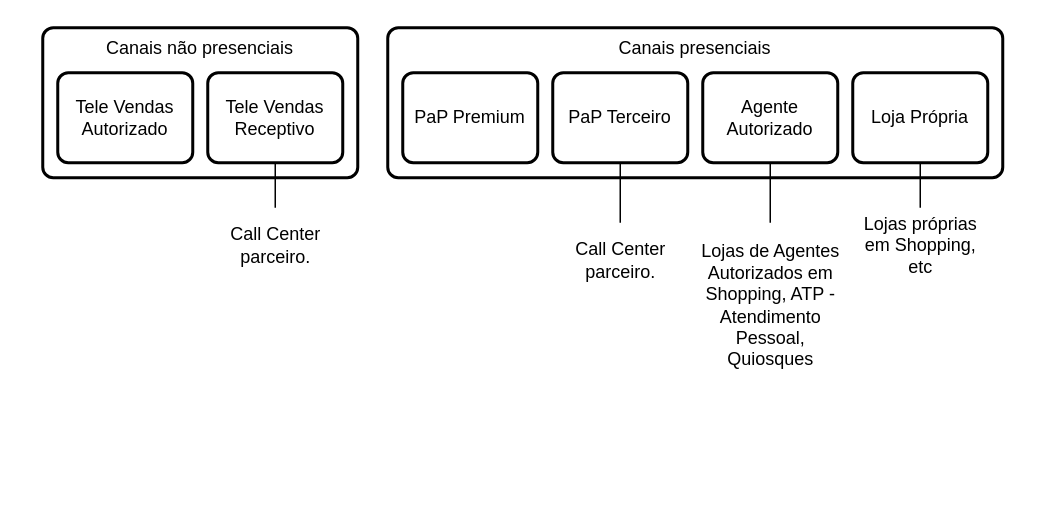
Before: NETSales x NETSMS.drawio in samirali/ClaroBrasil, a draw.io diagram. Source tidied: cells renumbered, new cells numbered last; positions are measured from the earlier drawing's top-left corner, leaving out a move shared by most shapes. Both pictures are drawn from the tidied source at 150%, with x=0, y=0 at pixel (42, 27).
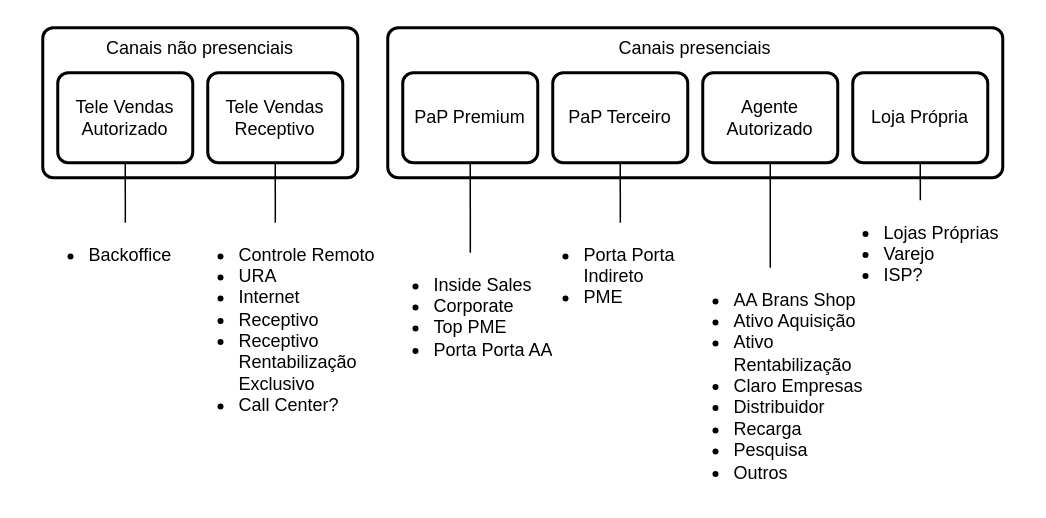
Above is the later version.

Unchanged cells that the change refers to:
```xml
<mxCell id="3" value="Tele Vendas Autorizado" style="rounded=1;whiteSpace=wrap;html=1;absoluteArcSize=1;arcSize=14;strokeWidth=2;" parent="1" vertex="1">
  <mxGeometry x="10" y="30" width="90" height="60" as="geometry" />
</mxCell>
<mxCell id="4" value="Tele Vendas Receptivo" style="rounded=1;whiteSpace=wrap;html=1;absoluteArcSize=1;arcSize=14;strokeWidth=2;" parent="1" vertex="1">
  <mxGeometry x="110" y="30" width="90" height="60" as="geometry" />
</mxCell>
<mxCell id="6" value="PaP Premium" style="rounded=1;whiteSpace=wrap;html=1;absoluteArcSize=1;arcSize=14;strokeWidth=2;" parent="1" vertex="1">
  <mxGeometry x="240" y="30" width="90" height="60" as="geometry" />
</mxCell>
<mxCell id="7" value="PaP Terceiro" style="rounded=1;whiteSpace=wrap;html=1;absoluteArcSize=1;arcSize=14;strokeWidth=2;" parent="1" vertex="1">
  <mxGeometry x="340" y="30" width="90" height="60" as="geometry" />
</mxCell>
<mxCell id="8" value="Agente Autorizado" style="rounded=1;whiteSpace=wrap;html=1;absoluteArcSize=1;arcSize=14;strokeWidth=2;" parent="1" vertex="1">
  <mxGeometry x="440" y="30" width="90" height="60" as="geometry" />
</mxCell>
<mxCell id="9" value="Loja Própria" style="rounded=1;whiteSpace=wrap;html=1;absoluteArcSize=1;arcSize=14;strokeWidth=2;" parent="1" vertex="1">
  <mxGeometry x="540" y="30" width="90" height="60" as="geometry" />
</mxCell>
```

Change to the diagram source:
```diff
@@
-    <mxCell id="10" value="Lojas próprias em Shopping, etc" style="text;html=1;strokeColor=none;fillColor=none;align=center;verticalAlign=middle;whiteSpace=wrap;rounded=0;" parent="1" vertex="1">
-      <mxGeometry x="537.5" y="120" width="95" height="50" as="geometry" />
-    </mxCell>
-    <mxCell id="11" style="endArrow=none;html=1;rounded=0;entryX=0.5;entryY=1;entryDx=0;entryDy=0;exitX=0.5;exitY=0;exitDx=0;exitDy=0;" parent="1" edge="1" source="10" target="9">
+    <mxCell id="11" style="endArrow=none;html=1;rounded=0;entryX=0.5;entryY=1;entryDx=0;entryDy=0;exitX=0.5;exitY=0;exitDx=0;exitDy=0;" parent="1" edge="1" source="22" target="9">
       <mxGeometry relative="1" as="geometry" />
     </mxCell>
-    <mxCell id="12" value="Lojas de Agentes Autorizados em Shopping, ATP - Atendimento Pessoal, Quiosques" style="text;html=1;strokeColor=none;fillColor=none;align=center;verticalAlign=middle;whiteSpace=wrap;rounded=0;" parent="1" vertex="1">
-      <mxGeometry x="437.5" y="130" width="95" height="110" as="geometry" />
-    </mxCell>
-    <mxCell id="13" style="endArrow=none;html=1;rounded=0;entryX=0.5;entryY=1;entryDx=0;entryDy=0;exitX=0.5;exitY=0;exitDx=0;exitDy=0;" parent="1" edge="1" source="12" target="8">
+    <mxCell id="13" style="endArrow=none;html=1;rounded=0;entryX=0.5;entryY=1;entryDx=0;entryDy=0;" parent="1" edge="1" source="18" target="8">
       <mxGeometry relative="1" as="geometry" />
     </mxCell>
-    <mxCell id="14" value="Call Center parceiro." style="text;html=1;strokeColor=none;fillColor=none;align=center;verticalAlign=middle;whiteSpace=wrap;rounded=0;" parent="1" vertex="1">
-      <mxGeometry x="337.5" y="130" width="95" height="50" as="geometry" />
-    </mxCell>
-    <mxCell id="15" style="endArrow=none;html=1;rounded=0;entryX=0.5;entryY=1;entryDx=0;entryDy=0;exitX=0.5;exitY=0;exitDx=0;exitDy=0;" parent="1" edge="1" source="14" target="7">
+    <mxCell id="15" style="endArrow=none;html=1;rounded=0;entryX=0.5;entryY=1;entryDx=0;entryDy=0;exitX=0.5;exitY=0;exitDx=0;exitDy=0;" parent="1" edge="1" source="20" target="7">
       <mxGeometry relative="1" as="geometry" />
     </mxCell>
-    <mxCell id="16" value="Call Center parceiro." style="text;html=1;strokeColor=none;fillColor=none;align=center;verticalAlign=middle;whiteSpace=wrap;rounded=0;" parent="1" vertex="1">
-      <mxGeometry x="107.5" y="120" width="95" height="50" as="geometry" />
-    </mxCell>
-    <mxCell id="17" style="endArrow=none;html=1;rounded=0;entryX=0.5;entryY=1;entryDx=0;entryDy=0;exitX=0.5;exitY=0;exitDx=0;exitDy=0;" parent="1" edge="1" source="16" target="4">
+    <mxCell id="17" style="endArrow=none;html=1;rounded=0;entryX=0.5;entryY=1;entryDx=0;entryDy=0;exitX=0.5;exitY=0;exitDx=0;exitDy=0;" parent="1" edge="1" source="19" target="4">
       <mxGeometry relative="1" as="geometry" />
     </mxCell>
+    <mxCell id="18" value="&lt;ul&gt;&lt;li&gt;AA Brans Shop&lt;/li&gt;&lt;li&gt;Ativo Aquisição&lt;/li&gt;&lt;li&gt;Ativo Rentabilização&lt;/li&gt;&lt;li&gt;Claro Empresas&lt;/li&gt;&lt;li&gt;Distribuidor&lt;/li&gt;&lt;li&gt;Recarga&lt;/li&gt;&lt;li&gt;Pesquisa&lt;/li&gt;&lt;li&gt;Outros&lt;/li&gt;&lt;/ul&gt;" style="text;strokeColor=none;fillColor=none;html=1;whiteSpace=wrap;verticalAlign=middle;overflow=hidden;" parent="1" vertex="1">
+      <mxGeometry x="418.8" y="160" width="132.5" height="150" as="geometry" />
+    </mxCell>
+    <mxCell id="19" value="&lt;ul&gt;&lt;li&gt;Controle Remoto&lt;/li&gt;&lt;li&gt;URA&lt;/li&gt;&lt;li&gt;Internet&lt;/li&gt;&lt;li&gt;Receptivo&lt;/li&gt;&lt;li&gt;Receptivo Rentabilização Exclusivo&lt;/li&gt;&lt;li&gt;Call Center?&lt;br&gt;&lt;/li&gt;&lt;/ul&gt;" style="text;strokeColor=none;fillColor=none;html=1;whiteSpace=wrap;verticalAlign=middle;overflow=hidden;" parent="1" vertex="1">
+      <mxGeometry x="88.8" y="130" width="132.5" height="140" as="geometry" />
+    </mxCell>
+    <mxCell id="20" value="&lt;ul&gt;&lt;li&gt;Porta Porta Indireto&lt;/li&gt;&lt;li&gt;PME&lt;/li&gt;&lt;/ul&gt;" style="text;strokeColor=none;fillColor=none;html=1;whiteSpace=wrap;verticalAlign=middle;overflow=hidden;" parent="1" vertex="1">
+      <mxGeometry x="318.8" y="130" width="132.5" height="60" as="geometry" />
+    </mxCell>
+    <mxCell id="21" value="&lt;ul&gt;&lt;li&gt;Inside Sales&lt;/li&gt;&lt;li&gt;Corporate&lt;/li&gt;&lt;li&gt;Top PME&lt;/li&gt;&lt;li&gt;Porta Porta AA&lt;/li&gt;&lt;/ul&gt;" style="text;strokeColor=none;fillColor=none;html=1;whiteSpace=wrap;verticalAlign=middle;overflow=hidden;" parent="1" vertex="1">
+      <mxGeometry x="218.8" y="150" width="132.5" height="80" as="geometry" />
+    </mxCell>
+    <mxCell id="22" value="&lt;ul&gt;&lt;li&gt;Lojas Próprias&lt;/li&gt;&lt;li&gt;Varejo&lt;/li&gt;&lt;li&gt;ISP?&lt;/li&gt;&lt;/ul&gt;" style="text;strokeColor=none;fillColor=none;html=1;whiteSpace=wrap;verticalAlign=middle;overflow=hidden;" parent="1" vertex="1">
+      <mxGeometry x="518.8" y="115" width="132.5" height="60" as="geometry" />
+    </mxCell>
+    <mxCell id="23" style="endArrow=none;html=1;rounded=0;entryX=0.5;entryY=1;entryDx=0;entryDy=0;exitX=0.5;exitY=0;exitDx=0;exitDy=0;" parent="1" edge="1" source="21" target="6">
+      <mxGeometry relative="1" as="geometry" />
+    </mxCell>
+    <mxCell id="24" value="&lt;ul&gt;&lt;li&gt;Backoffice&lt;/li&gt;&lt;/ul&gt;" style="text;strokeColor=none;fillColor=none;html=1;whiteSpace=wrap;verticalAlign=middle;overflow=hidden;" parent="1" vertex="1">
+      <mxGeometry x="-11.2" y="130" width="132.5" height="30" as="geometry" />
+    </mxCell>
+    <mxCell id="25" style="endArrow=none;html=1;rounded=0;entryX=0.5;entryY=1;entryDx=0;entryDy=0;exitX=0.5;exitY=0;exitDx=0;exitDy=0;" parent="1" edge="1" source="24" target="3">
+      <mxGeometry relative="1" as="geometry" />
+    </mxCell>
```
